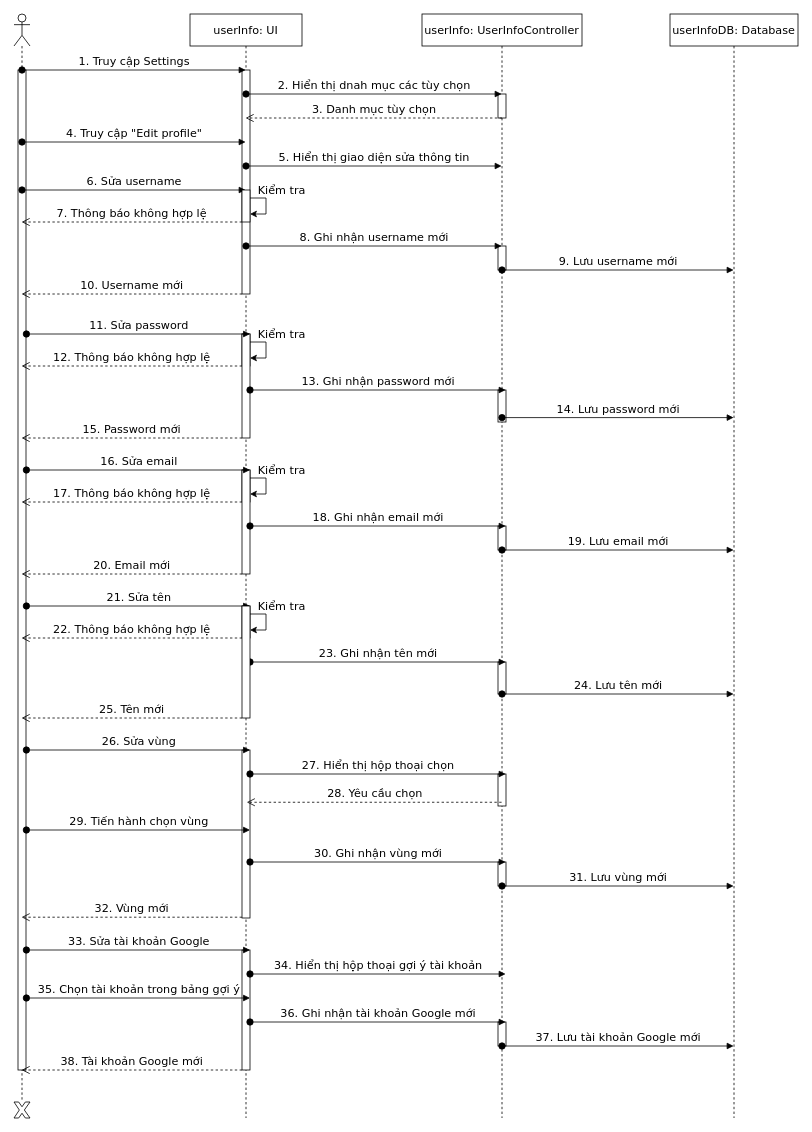
Above: ToDoApp-Doc/Document/Diagram/Sequence Diagram/ManageUserInfo/UserInfoManagement_SequenceDiagram.drawio in Merevoli-DatLuu/To-Do-App (draw.io), before the change. Source tidied: cells renumbered, new cells numbered last; positions are measured from the earlier drawing's top-left corner, leaving out a move shared by most shapes. Both pictures are drawn from the tidied source at 80%, with x=0, y=0 at pixel (14, 14).
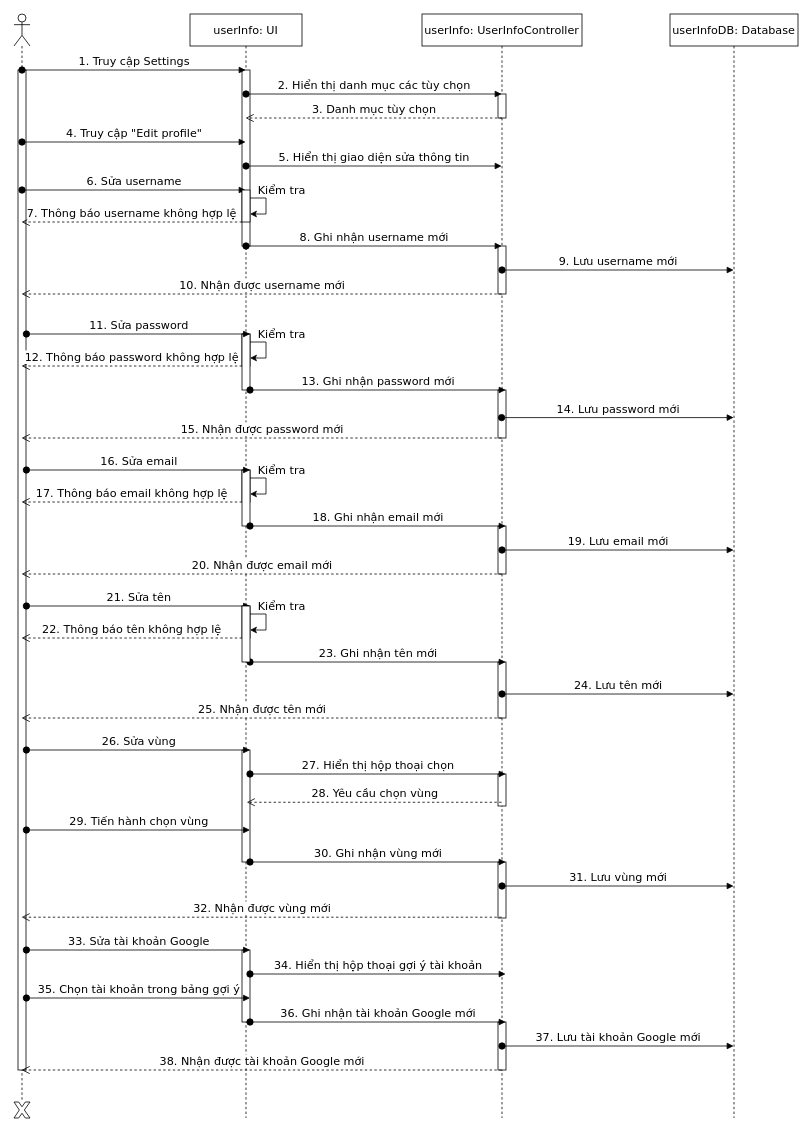
Above is the later version.

Commit message (it also covers changes not shown here):
[Modified]: ManageUserInfo Sequence Diagram: Check spelling

The change refers to these unchanged cells:
```xml
<mxCell id="2" style="shape=umlLifeline;participant=umlActor;perimeter=lifelinePerimeter;whiteSpace=wrap;html=1;verticalAlign=top;spacingTop=36;outlineConnect=0;fontFamily=Verdana;fontSize=14;" parent="1" vertex="1">
  <mxGeometry width="20" height="1360" as="geometry" />
</mxCell>
<mxCell id="4" value="userInfo: UI" style="shape=umlLifeline;perimeter=lifelinePerimeter;whiteSpace=wrap;html=1;outlineConnect=0;fontFamily=Verdana;fontSize=14;" parent="1" vertex="1">
  <mxGeometry x="220" width="140" height="1380" as="geometry" />
</mxCell>
<mxCell id="16" value="userInfo: UserInfoController" style="shape=umlLifeline;perimeter=lifelinePerimeter;whiteSpace=wrap;html=1;outlineConnect=0;fontFamily=Verdana;fontSize=14;" parent="1" vertex="1">
  <mxGeometry x="510" width="200" height="1380" as="geometry" />
</mxCell>
```

Change to the diagram source:
```diff
@@
     <mxCell id="5" style="html=1;perimeter=orthogonalPerimeter;fontFamily=Verdana;fontSize=14;" parent="4" vertex="1">
-      <mxGeometry x="65" y="70" width="10" height="280" as="geometry" />
+      <mxGeometry x="65" y="70" width="10" height="220" as="geometry" />
     </mxCell>
@@
     <mxCell id="8" style="html=1;perimeter=orthogonalPerimeter;fontFamily=Verdana;fontSize=14;" parent="4" vertex="1">
-      <mxGeometry x="65" y="400" width="10" height="130" as="geometry" />
+      <mxGeometry x="65" y="400" width="10" height="70" as="geometry" />
     </mxCell>
@@
     <mxCell id="11" style="html=1;perimeter=orthogonalPerimeter;fontFamily=Verdana;fontSize=14;" parent="4" vertex="1">
-      <mxGeometry x="65" y="570" width="10" height="130" as="geometry" />
+      <mxGeometry x="65" y="570" width="10" height="70" as="geometry" />
     </mxCell>
@@
     <mxCell id="14" style="html=1;perimeter=orthogonalPerimeter;fontFamily=Verdana;fontSize=14;" parent="4" vertex="1">
-      <mxGeometry x="65" y="920" width="10" height="210" as="geometry" />
+      <mxGeometry x="65" y="920" width="10" height="140" as="geometry" />
     </mxCell>
     <mxCell id="15" style="html=1;perimeter=orthogonalPerimeter;fontFamily=Verdana;fontSize=14;" parent="4" vertex="1">
-      <mxGeometry x="65" y="1170" width="10" height="150" as="geometry" />
+      <mxGeometry x="65" y="1170" width="10" height="90" as="geometry" />
     </mxCell>
@@
     <mxCell id="18" style="html=1;perimeter=orthogonalPerimeter;fontFamily=Verdana;fontSize=14;" parent="16" vertex="1">
-      <mxGeometry x="95" y="290" width="10" height="30" as="geometry" />
+      <mxGeometry x="95" y="290" width="10" height="60" as="geometry" />
     </mxCell>
     <mxCell id="19" style="html=1;perimeter=orthogonalPerimeter;fontFamily=Verdana;fontSize=14;" parent="16" vertex="1">
-      <mxGeometry x="95" y="470" width="10" height="40" as="geometry" />
+      <mxGeometry x="95" y="470" width="10" height="60" as="geometry" />
     </mxCell>
     <mxCell id="20" style="html=1;perimeter=orthogonalPerimeter;fontFamily=Verdana;fontSize=14;" parent="16" vertex="1">
-      <mxGeometry x="95" y="640" width="10" height="30" as="geometry" />
+      <mxGeometry x="95" y="640" width="10" height="60" as="geometry" />
     </mxCell>
     <mxCell id="21" style="html=1;perimeter=orthogonalPerimeter;fontFamily=Verdana;fontSize=14;" parent="16" vertex="1">
-      <mxGeometry x="95" y="810" width="10" height="40" as="geometry" />
+      <mxGeometry x="95" y="810" width="10" height="70" as="geometry" />
     </mxCell>
@@
     <mxCell id="23" style="html=1;perimeter=orthogonalPerimeter;fontFamily=Verdana;fontSize=14;" parent="16" vertex="1">
-      <mxGeometry x="95" y="1060" width="10" height="30" as="geometry" />
+      <mxGeometry x="95" y="1060" width="10" height="70" as="geometry" />
     </mxCell>
     <mxCell id="24" style="html=1;perimeter=orthogonalPerimeter;fontFamily=Verdana;fontSize=14;" parent="16" vertex="1">
-      <mxGeometry x="95" y="1260" width="10" height="30" as="geometry" />
+      <mxGeometry x="95" y="1260" width="10" height="60" as="geometry" />
     </mxCell>
@@
-    <mxCell id="27" value="2. Hiển thị dnah mục các tùy chọn" style="html=1;verticalAlign=bottom;startArrow=oval;startFill=1;endArrow=block;startSize=8;fontFamily=Verdana;fontSize=14;" parent="1" edge="1" target="16">
+    <mxCell id="27" value="2. Hiển thị danh mục các tùy chọn" style="html=1;verticalAlign=bottom;startArrow=oval;startFill=1;endArrow=block;startSize=8;fontFamily=Verdana;fontSize=14;" parent="1" edge="1" target="16">
       <mxGeometry relative="1" as="geometry">
         <mxPoint x="290" y="100" as="sourcePoint" />
       </mxGeometry>
     </mxCell>
@@
-    <mxCell id="35" value="7. Thông báo không hợp lệ" style="html=1;verticalAlign=bottom;endArrow=open;dashed=1;endSize=8;fontFamily=Verdana;fontSize=14;" parent="1" edge="1" target="2">
+    <mxCell id="35" value="7. Thông báo username không hợp lệ" style="html=1;verticalAlign=bottom;endArrow=open;dashed=1;endSize=8;fontFamily=Verdana;fontSize=14;" parent="1" edge="1" target="2">
       <mxGeometry relative="1" as="geometry">
         <mxPoint x="285" y="260" as="sourcePoint" />
       </mxGeometry>
     </mxCell>
@@
-    <mxCell id="38" value="10. Username mới" style="html=1;verticalAlign=bottom;endArrow=open;dashed=1;endSize=8;fontFamily=Verdana;fontSize=14;" parent="1" edge="1">
+    <mxCell id="38" value="10. Nhận được username mới" style="html=1;verticalAlign=bottom;endArrow=open;dashed=1;endSize=8;fontFamily=Verdana;fontSize=14;" parent="1" edge="1" source="16">
       <mxGeometry relative="1" as="geometry">
-        <mxPoint x="285" y="350" as="sourcePoint" />
         <mxPoint x="9.5" y="350" as="targetPoint" />
       </mxGeometry>
     </mxCell>
@@
-    <mxCell id="40" value="12. Thông báo không hợp lệ" style="html=1;verticalAlign=bottom;endArrow=open;dashed=1;endSize=8;fontFamily=Verdana;fontSize=14;" parent="1" edge="1">
+    <mxCell id="40" value="12. Thông báo password không hợp lệ" style="html=1;verticalAlign=bottom;endArrow=open;dashed=1;endSize=8;fontFamily=Verdana;fontSize=14;" parent="1" edge="1">
       <mxGeometry relative="1" as="geometry">
         <mxPoint x="285" y="440" as="sourcePoint" />
         <mxPoint x="9.5" y="440" as="targetPoint" />
       </mxGeometry>
     </mxCell>
@@
-    <mxCell id="43" value="14. Lưu password mới" style="html=1;verticalAlign=bottom;startArrow=oval;startFill=1;endArrow=block;startSize=8;fontFamily=Verdana;fontSize=14;" parent="1" edge="1">
+    <mxCell id="43" value="14. Lưu password mới" style="html=1;verticalAlign=bottom;startArrow=oval;startFill=1;endArrow=block;startSize=8;fontFamily=Verdana;fontSize=14;" parent="1" edge="1" source="16">
       <mxGeometry relative="1" as="geometry">
-        <mxPoint x="610" y="504.5" as="sourcePoint" />
         <mxPoint x="899.5" y="504.5" as="targetPoint" />
       </mxGeometry>
     </mxCell>
-    <mxCell id="44" value="15. Password mới" style="html=1;verticalAlign=bottom;endArrow=open;dashed=1;endSize=8;fontFamily=Verdana;fontSize=14;" parent="1" edge="1">
+    <mxCell id="44" value="15. Nhận được&amp;nbsp;password mới" style="html=1;verticalAlign=bottom;endArrow=open;dashed=1;endSize=8;fontFamily=Verdana;fontSize=14;" parent="1" edge="1" source="16">
       <mxGeometry relative="1" as="geometry">
-        <mxPoint x="285" y="530" as="sourcePoint" />
         <mxPoint x="9.5" y="530" as="targetPoint" />
       </mxGeometry>
     </mxCell>
@@
-    <mxCell id="46" value="17. Thông báo không hợp lệ" style="html=1;verticalAlign=bottom;endArrow=open;dashed=1;endSize=8;fontFamily=Verdana;fontSize=14;" parent="1" edge="1">
+    <mxCell id="46" value="17. Thông báo email không hợp lệ" style="html=1;verticalAlign=bottom;endArrow=open;dashed=1;endSize=8;fontFamily=Verdana;fontSize=14;" parent="1" edge="1">
       <mxGeometry relative="1" as="geometry">
         <mxPoint x="285" y="610" as="sourcePoint" />
         <mxPoint x="9.5" y="610" as="targetPoint" />
       </mxGeometry>
     </mxCell>
@@
-    <mxCell id="50" value="20. Email mới" style="html=1;verticalAlign=bottom;endArrow=open;dashed=1;endSize=8;fontFamily=Verdana;fontSize=14;" parent="1" edge="1">
+    <mxCell id="50" value="20. Nhận được&amp;nbsp;email mới" style="html=1;verticalAlign=bottom;endArrow=open;dashed=1;endSize=8;fontFamily=Verdana;fontSize=14;" parent="1" edge="1" source="16">
       <mxGeometry relative="1" as="geometry">
-        <mxPoint x="285" y="700" as="sourcePoint" />
         <mxPoint x="9.5" y="700" as="targetPoint" />
       </mxGeometry>
     </mxCell>
@@
-    <mxCell id="52" value="22. Thông báo không hợp lệ" style="html=1;verticalAlign=bottom;endArrow=open;dashed=1;endSize=8;fontFamily=Verdana;fontSize=14;" parent="1" edge="1">
+    <mxCell id="52" value="22. Thông báo tên không hợp lệ" style="html=1;verticalAlign=bottom;endArrow=open;dashed=1;endSize=8;fontFamily=Verdana;fontSize=14;" parent="1" edge="1">
       <mxGeometry relative="1" as="geometry">
         <mxPoint x="285" y="780" as="sourcePoint" />
         <mxPoint x="9.5" y="780" as="targetPoint" />
       </mxGeometry>
     </mxCell>
@@
-    <mxCell id="55" value="25. Tên mới" style="html=1;verticalAlign=bottom;endArrow=open;dashed=1;endSize=8;fontFamily=Verdana;fontSize=14;" parent="1" edge="1">
+    <mxCell id="55" value="25. Nhận được&amp;nbsp;tên mới" style="html=1;verticalAlign=bottom;endArrow=open;dashed=1;endSize=8;fontFamily=Verdana;fontSize=14;" parent="1" edge="1" source="16">
       <mxGeometry relative="1" as="geometry">
-        <mxPoint x="285" y="880" as="sourcePoint" />
         <mxPoint x="9.5" y="880" as="targetPoint" />
       </mxGeometry>
     </mxCell>
@@
     <mxCell id="57" style="html=1;perimeter=orthogonalPerimeter;fontFamily=Verdana;fontSize=14;" parent="1" vertex="1">
-      <mxGeometry x="285" y="740" width="10" height="140" as="geometry" />
+      <mxGeometry x="285" y="740" width="10" height="70" as="geometry" />
     </mxCell>
@@
-    <mxCell id="60" value="28. Yêu cầu chọn" style="html=1;verticalAlign=bottom;endArrow=open;dashed=1;endSize=8;fontFamily=Verdana;fontSize=14;entryX=0.507;entryY=0.714;entryDx=0;entryDy=0;entryPerimeter=0;" parent="1" edge="1" source="16" target="4">
+    <mxCell id="60" value="28. Yêu cầu chọn vùng" style="html=1;verticalAlign=bottom;endArrow=open;dashed=1;endSize=8;fontFamily=Verdana;fontSize=14;entryX=0.507;entryY=0.714;entryDx=0;entryDy=0;entryPerimeter=0;" parent="1" edge="1" source="16" target="4">
       <mxGeometry relative="1" as="geometry" />
     </mxCell>
@@
-    <mxCell id="64" value="32. Vùng mới" style="html=1;verticalAlign=bottom;endArrow=open;dashed=1;endSize=8;fontFamily=Verdana;fontSize=14;" parent="1" edge="1">
+    <mxCell id="64" value="32. Nhận được&amp;nbsp;vùng mới" style="html=1;verticalAlign=bottom;endArrow=open;dashed=1;endSize=8;fontFamily=Verdana;fontSize=14;" parent="1" edge="1" source="16">
       <mxGeometry relative="1" as="geometry">
-        <mxPoint x="285" y="1129" as="sourcePoint" />
         <mxPoint x="9.5" y="1129" as="targetPoint" />
       </mxGeometry>
     </mxCell>
@@
-    <mxCell id="70" value="38. Tài khoản Google mới" style="html=1;verticalAlign=bottom;endArrow=open;dashed=1;endSize=8;fontFamily=Verdana;fontSize=14;" parent="1" edge="1">
+    <mxCell id="70" value="38. Nhận được&amp;nbsp;tài khoản Google mới" style="html=1;verticalAlign=bottom;endArrow=open;dashed=1;endSize=8;fontFamily=Verdana;fontSize=14;" parent="1" edge="1" source="16">
       <mxGeometry relative="1" as="geometry">
-        <mxPoint x="285" y="1320" as="sourcePoint" />
         <mxPoint x="9.5" y="1320" as="targetPoint" />
       </mxGeometry>
     </mxCell>
```
